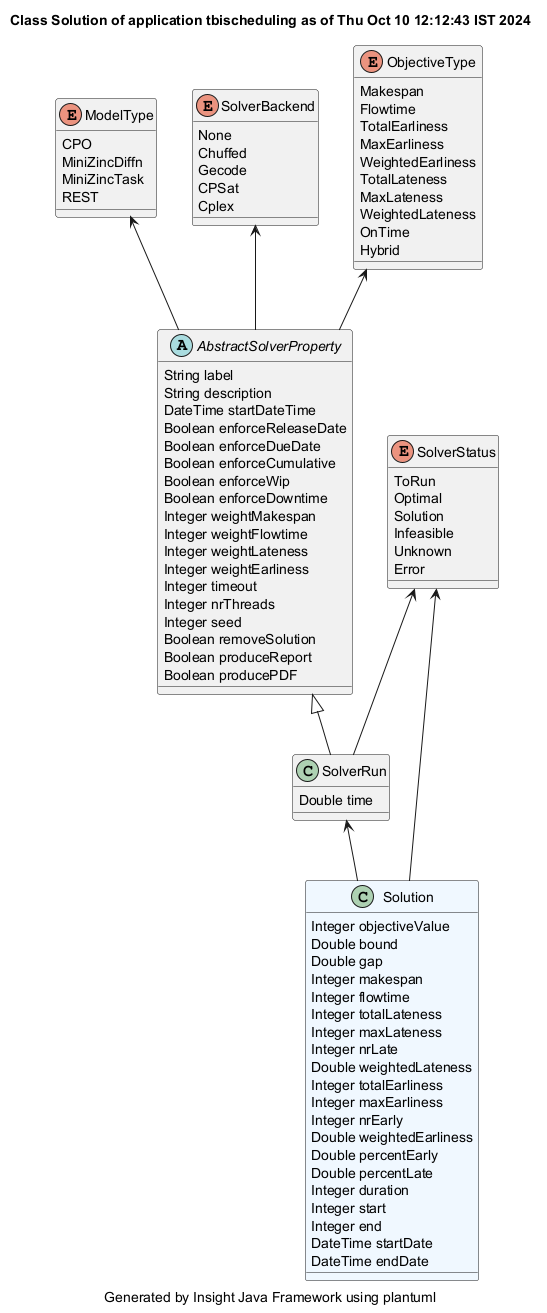
Above: demonstrator/tbischeduling/site/plantuml/Solution.png in hsimonis/schedulingtraining (PlantUML), before the change. Source of this version:
```plantuml
@startuml
title Class Solution of application tbischeduling as of Thu Oct 10 12:12:43 IST 2024
caption Generated by Insight Java Framework using plantuml
class Solution #aliceblue
Solution : Integer objectiveValue
Solution : Double bound
Solution : Double gap
Solution : Integer makespan
Solution : Integer flowtime
Solution : Integer totalLateness
Solution : Integer maxLateness
Solution : Integer nrLate
Solution : Double weightedLateness
Solution : Integer totalEarliness
Solution : Integer maxEarliness
Solution : Integer nrEarly
Solution : Double weightedEarliness
Solution : Double percentEarly
Solution : Double percentLate
Solution : Integer duration
Solution : Integer start
Solution : Integer end
Solution : DateTime startDate
Solution : DateTime endDate

SolverRun  <-- Solution
class SolverRun
SolverRun : Double time

AbstractSolverProperty <|-- SolverRun
abstract AbstractSolverProperty
AbstractSolverProperty : String label
AbstractSolverProperty : String description
AbstractSolverProperty : DateTime startDateTime
AbstractSolverProperty : Boolean enforceReleaseDate
AbstractSolverProperty : Boolean enforceDueDate
AbstractSolverProperty : Boolean enforceCumulative
AbstractSolverProperty : Boolean enforceWip
AbstractSolverProperty : Boolean enforceDowntime
AbstractSolverProperty : Integer weightMakespan
AbstractSolverProperty : Integer weightFlowtime
AbstractSolverProperty : Integer weightLateness
AbstractSolverProperty : Integer weightEarliness
AbstractSolverProperty : Integer timeout
AbstractSolverProperty : Integer nrThreads
AbstractSolverProperty : Integer seed
AbstractSolverProperty : Boolean removeSolution
AbstractSolverProperty : Boolean produceReport
AbstractSolverProperty : Boolean producePDF

enum ModelType
ModelType : CPO
ModelType : MiniZincDiffn
ModelType : MiniZincTask
ModelType : REST
ModelType <-- AbstractSolverProperty
enum SolverBackend
SolverBackend : None
SolverBackend : Chuffed
SolverBackend : Gecode
SolverBackend : CPSat
SolverBackend : Cplex
SolverBackend <-- AbstractSolverProperty
enum ObjectiveType
ObjectiveType : Makespan
ObjectiveType : Flowtime
ObjectiveType : TotalEarliness
ObjectiveType : MaxEarliness
ObjectiveType : WeightedEarliness
ObjectiveType : TotalLateness
ObjectiveType : MaxLateness
ObjectiveType : WeightedLateness
ObjectiveType : OnTime
ObjectiveType : Hybrid
ObjectiveType <-- AbstractSolverProperty
enum SolverStatus
SolverStatus : ToRun
SolverStatus : Optimal
SolverStatus : Solution
SolverStatus : Infeasible
SolverStatus : Unknown
SolverStatus : Error
SolverStatus <-- SolverRun
SolverStatus <-- Solution
@enduml
```
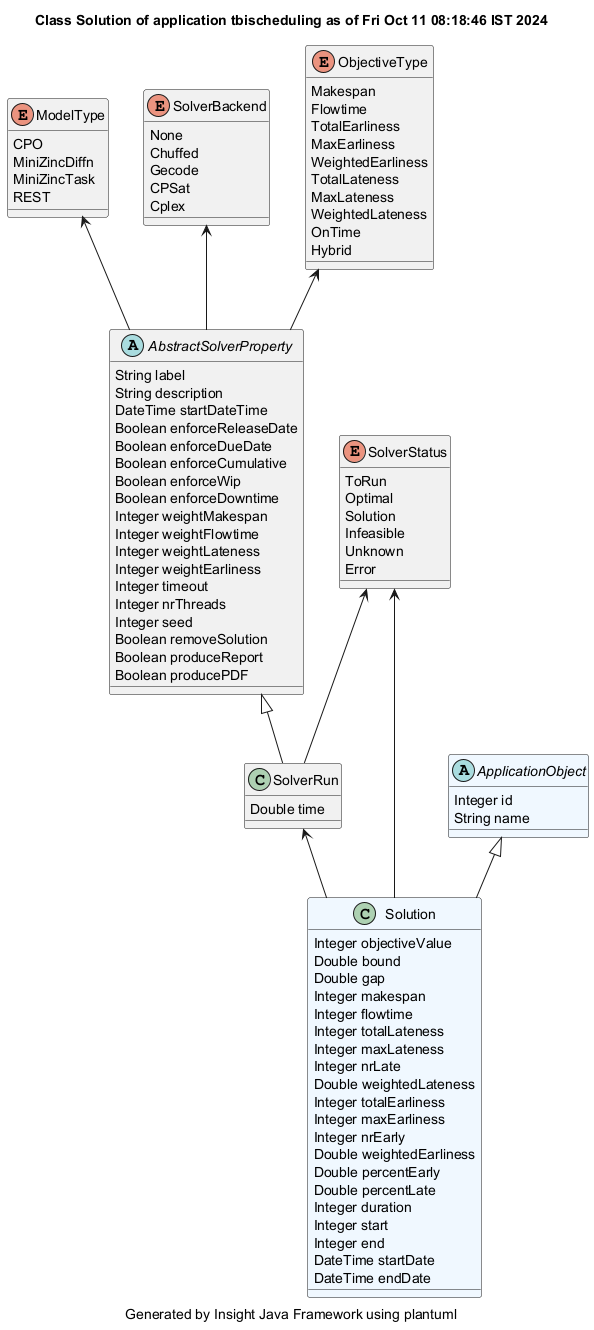
Later version of the same file.

What changed in the source:
```diff
@@ -1,5 +1,5 @@
 @startuml
-title Class Solution of application tbischeduling as of Thu Oct 10 12:12:43 IST 2024
+title Class Solution of application tbischeduling as of Fri Oct 11 08:18:46 IST 2024
 caption Generated by Insight Java Framework using plantuml
 class Solution #aliceblue
 Solution : Integer objectiveValue
@@ -82,4 +82,9 @@
 SolverStatus : Error
 SolverStatus <-- SolverRun
 SolverStatus <-- Solution
+abstract ApplicationObject #aliceblue
+ApplicationObject : Integer id
+ApplicationObject : String name
+
+ApplicationObject <|-- Solution
 @enduml
```
